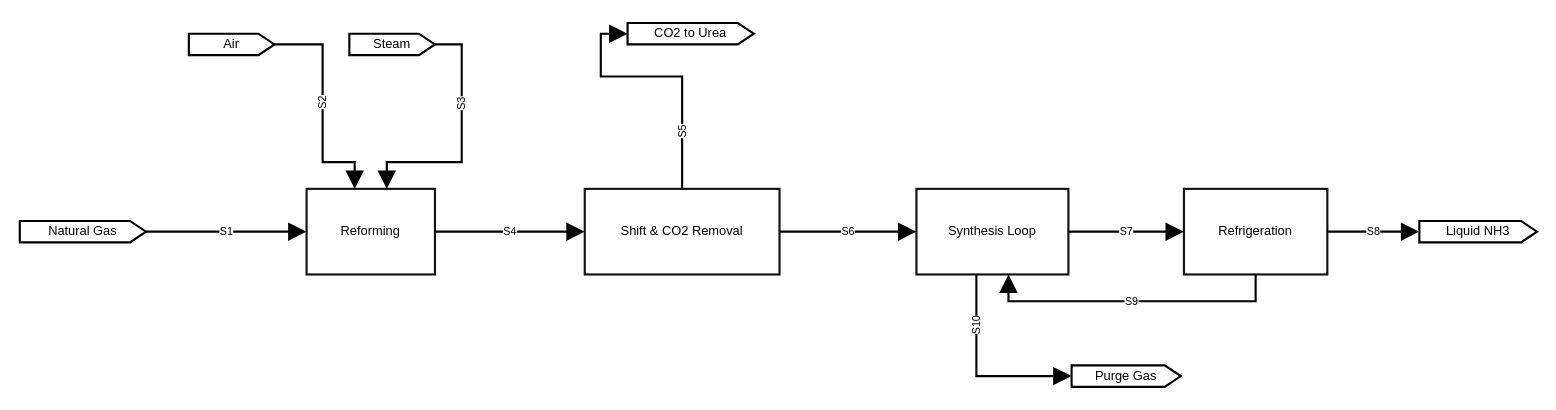
Earlier version of the draw.io diagram drawio-samples/12_block_flow_diagram.drawio (Alpha9463/pandid). Source tidied: cells renumbered, new cells numbered last; positions are measured from the earlier drawing's top-left corner, leaving out a move shared by most shapes. Both pictures are drawn from the tidied source at 107%, with x=0, y=0 at pixel (19, 22).
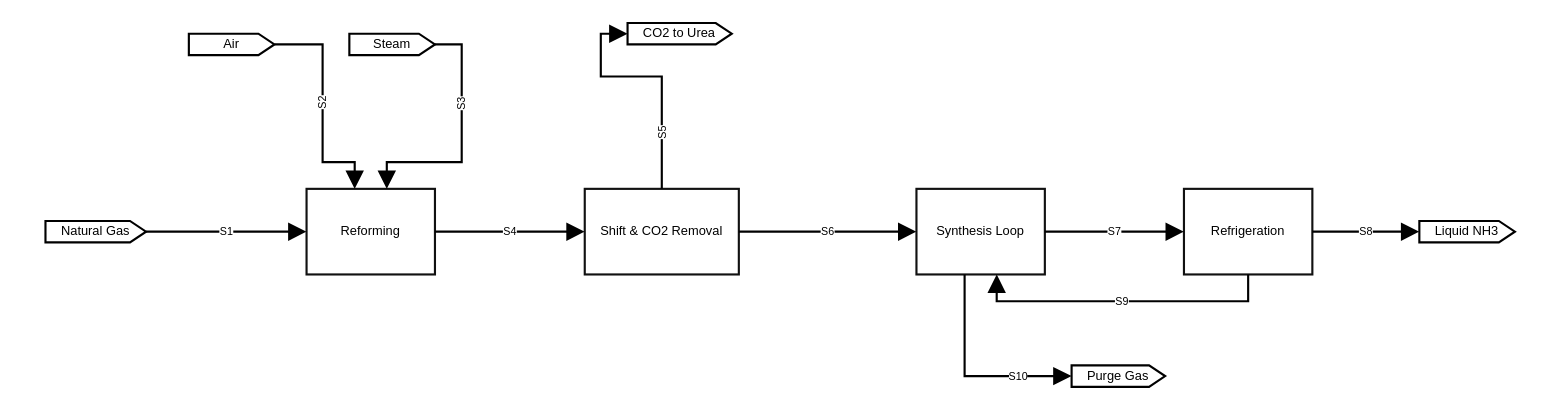
The same diagram, later.

Change to the diagram source:
```diff
@@
     <mxCell id="3" value="Shift &amp;amp; CO2 Removal" style="html=1;rounded=0;whiteSpace=wrap;strokeColor=#111;fillColor=none;strokeWidth=2;verticalLabelPosition=middle;verticalAlign=middle;align=center;fontSize=12;" parent="1" vertex="1">
-      <mxGeometry x="528" y="155" width="182" height="80" as="geometry" />
+      <mxGeometry x="528" y="155" width="144" height="80" as="geometry" />
     </mxCell>
     <mxCell id="4" value="Synthesis Loop" style="html=1;rounded=0;whiteSpace=wrap;strokeColor=#111;fillColor=none;strokeWidth=2;verticalLabelPosition=middle;verticalAlign=middle;align=center;fontSize=12;" parent="1" vertex="1">
-      <mxGeometry x="838" y="155" width="142" height="80" as="geometry" />
+      <mxGeometry x="838" y="155" width="120" height="80" as="geometry" />
     </mxCell>
     <mxCell id="5" value="Refrigeration" style="html=1;rounded=0;whiteSpace=wrap;strokeColor=#111;fillColor=none;strokeWidth=2;verticalLabelPosition=middle;verticalAlign=middle;align=center;fontSize=12;" parent="1" vertex="1">
-      <mxGeometry x="1088" y="155" width="134" height="80" as="geometry" />
+      <mxGeometry x="1088" y="155" width="120" height="80" as="geometry" />
     </mxCell>
-    <mxCell id="6" value="Natural Gas" style="html=1;shape=offPageConnector;size=0.127119;direction=north;anchorPointDirection=0;legacyAnchorPoints=1;rounded=0;whiteSpace=wrap;strokeColor=#000000;fillColor=none;strokeWidth=2;verticalLabelPosition=middle;verticalAlign=middle;align=center;fontSize=12;" parent="1" vertex="1">
-      <mxGeometry y="185" width="118" height="20" as="geometry" />
+    <mxCell id="6" value="Natural Gas" style="html=1;shape=offPageConnector;size=0.159541;direction=north;anchorPointDirection=0;legacyAnchorPoints=1;rounded=0;whiteSpace=wrap;strokeColor=#000000;fillColor=none;strokeWidth=2;verticalLabelPosition=middle;verticalAlign=middle;align=center;fontSize=12;" parent="1" vertex="1">
+      <mxGeometry x="24" y="185" width="94" height="20" as="geometry" />
     </mxCell>
@@
-    <mxCell id="9" value="CO2 to Urea" style="html=1;shape=offPageConnector;size=0.127119;direction=north;anchorPointDirection=0;legacyAnchorPoints=1;rounded=0;whiteSpace=wrap;strokeColor=#000000;fillColor=none;strokeWidth=2;verticalLabelPosition=middle;verticalAlign=middle;align=center;fontSize=12;" parent="1" vertex="1">
-      <mxGeometry x="568" width="118" height="20" as="geometry" />
+    <mxCell id="9" value="CO2 to Urea" style="html=1;shape=offPageConnector;size=0.154074;direction=north;anchorPointDirection=0;legacyAnchorPoints=1;rounded=0;whiteSpace=wrap;strokeColor=#000000;fillColor=none;strokeWidth=2;verticalLabelPosition=middle;verticalAlign=middle;align=center;fontSize=12;" parent="1" vertex="1">
+      <mxGeometry x="568" width="97.4" height="20" as="geometry" />
     </mxCell>
-    <mxCell id="10" value="Liquid NH3" style="html=1;shape=offPageConnector;size=0.136364;direction=north;anchorPointDirection=0;legacyAnchorPoints=1;rounded=0;whiteSpace=wrap;strokeColor=#000000;fillColor=none;strokeWidth=2;verticalLabelPosition=middle;verticalAlign=middle;align=center;fontSize=12;" parent="1" vertex="1">
-      <mxGeometry x="1308" y="185" width="110" height="20" as="geometry" />
+    <mxCell id="10" value="Liquid NH3" style="html=1;shape=offPageConnector;size=0.167875;direction=north;anchorPointDirection=0;legacyAnchorPoints=1;rounded=0;whiteSpace=wrap;strokeColor=#000000;fillColor=none;strokeWidth=2;verticalLabelPosition=middle;verticalAlign=middle;align=center;fontSize=12;" parent="1" vertex="1">
+      <mxGeometry x="1308" y="185" width="89.3" height="20" as="geometry" />
     </mxCell>
-    <mxCell id="11" value="Purge Gas" style="html=1;shape=offPageConnector;size=0.147059;direction=north;anchorPointDirection=0;legacyAnchorPoints=1;rounded=0;whiteSpace=wrap;strokeColor=#000000;fillColor=none;strokeWidth=2;verticalLabelPosition=middle;verticalAlign=middle;align=center;fontSize=12;" parent="1" vertex="1">
-      <mxGeometry x="983" y="320" width="102" height="20" as="geometry" />
+    <mxCell id="11" value="Purge Gas" style="html=1;shape=offPageConnector;size=0.171703;direction=north;anchorPointDirection=0;legacyAnchorPoints=1;rounded=0;whiteSpace=wrap;strokeColor=#000000;fillColor=none;strokeWidth=2;verticalLabelPosition=middle;verticalAlign=middle;align=center;fontSize=12;" parent="1" vertex="1">
+      <mxGeometry x="983" y="320" width="87.4" height="20" as="geometry" />
     </mxCell>
@@
     <mxCell id="16" value="S5" style="html=1;edgeStyle=none;rounded=0;jettySize=auto;exitX=0.5;exitY=0;exitDx=0;exitDy=0;exitPerimeter=0;entryX=0;entryY=0.5;entryDx=0;entryDy=0;entryPerimeter=0;strokeColor=#000000;strokeWidth=2;endArrow=block;endFill=1;endSize=12;startArrow=none;labelBackgroundColor=#ffffff;verticalAlign=middle;align=center;fontSize=10;horizontal=0;" parent="1" edge="1" source="3" target="9">
-      <mxGeometry x="-0.57" relative="1" as="geometry">
+      <mxGeometry x="-0.54" relative="1" as="geometry">
         <Array as="points">
-          <mxPoint x="619" y="50" />
+          <mxPoint x="600" y="50" />
           <mxPoint x="543" y="50" />
           <mxPoint x="543" y="10" />
         </Array>
       </mxGeometry>
     </mxCell>
@@
-    <mxCell id="20" value="S9" style="html=1;edgeStyle=none;rounded=0;jettySize=auto;exitX=0.5;exitY=1;exitDx=0;exitDy=0;exitPerimeter=0;entryX=0.605634;entryY=1;entryDx=0;entryDy=0;entryPerimeter=0;strokeColor=#000000;strokeWidth=2;endArrow=block;endFill=1;endSize=12;startArrow=none;labelBackgroundColor=#ffffff;verticalAlign=middle;align=center;fontSize=10;" parent="1" edge="1" source="5" target="4">
+    <mxCell id="20" value="S9" style="html=1;edgeStyle=none;rounded=0;jettySize=auto;exitX=0.5;exitY=1;exitDx=0;exitDy=0;exitPerimeter=0;entryX=0.625;entryY=1;entryDx=0;entryDy=0;entryPerimeter=0;strokeColor=#000000;strokeWidth=2;endArrow=block;endFill=1;endSize=12;startArrow=none;labelBackgroundColor=#ffffff;verticalAlign=middle;align=center;fontSize=10;" parent="1" edge="1" source="5" target="4">
       <mxGeometry relative="1" as="geometry">
         <Array as="points">
-          <mxPoint x="1155" y="260" />
-          <mxPoint x="924" y="260" />
+          <mxPoint x="1148" y="260" />
+          <mxPoint x="913" y="260" />
         </Array>
       </mxGeometry>
     </mxCell>
-    <mxCell id="21" value="S10" style="html=1;edgeStyle=none;rounded=0;jettySize=auto;exitX=0.394366;exitY=1;exitDx=0;exitDy=0;exitPerimeter=0;entryX=0;entryY=0.5;entryDx=0;entryDy=0;entryPerimeter=0;strokeColor=#000000;strokeWidth=2;endArrow=block;endFill=1;endSize=12;startArrow=none;labelBackgroundColor=#ffffff;verticalAlign=middle;align=center;fontSize=10;horizontal=0;" parent="1" edge="1" source="4" target="11">
-      <mxGeometry x="-0.48" relative="1" as="geometry">
+    <mxCell id="21" value="S10" style="html=1;edgeStyle=none;rounded=0;jettySize=auto;exitX=0.375;exitY=1;exitDx=0;exitDy=0;exitPerimeter=0;entryX=0;entryY=0.5;entryDx=0;entryDy=0;entryPerimeter=0;strokeColor=#000000;strokeWidth=2;endArrow=block;endFill=1;endSize=12;startArrow=none;labelBackgroundColor=#ffffff;verticalAlign=middle;align=center;fontSize=10;" parent="1" edge="1" source="4" target="11">
+      <mxGeometry x="0.49" relative="1" as="geometry">
         <Array as="points">
-          <mxPoint x="894" y="330" />
+          <mxPoint x="883" y="330" />
         </Array>
       </mxGeometry>
     </mxCell>
```
